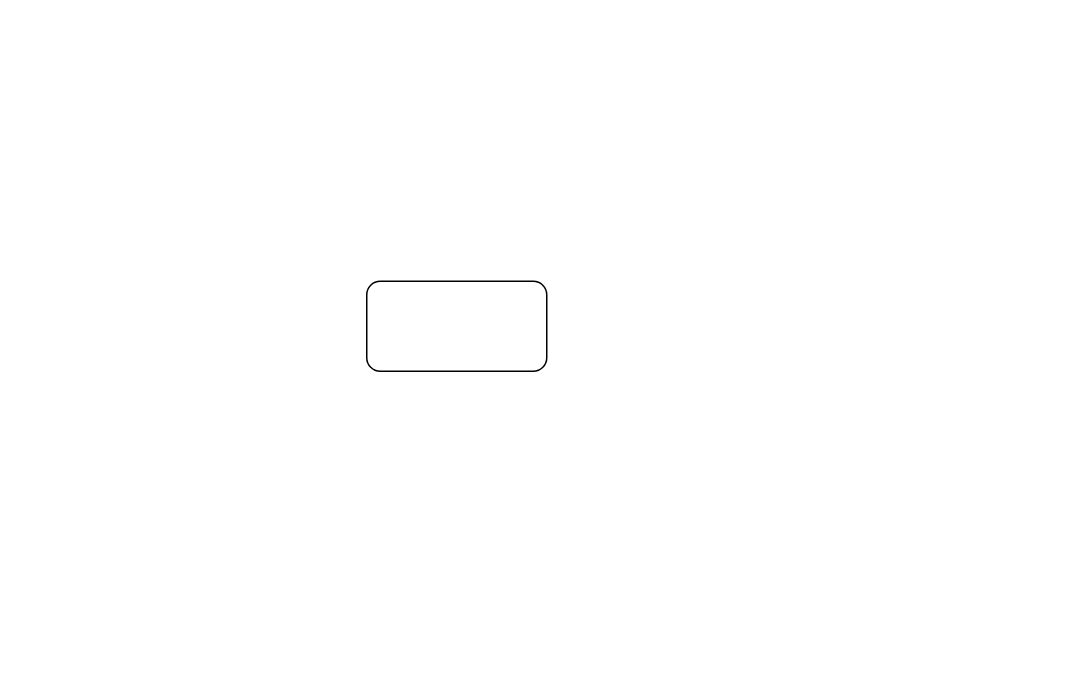
This is veth_mirror.drawio from AirbornWdd/doc, a draw.io file, before an edit. Source tidied: cells renumbered, new cells numbered last; positions are measured from the earlier drawing's top-left corner, leaving out a move shared by most shapes. Both pictures are drawn from the tidied source at 150%, with x=0, y=0 at pixel (366, 280).
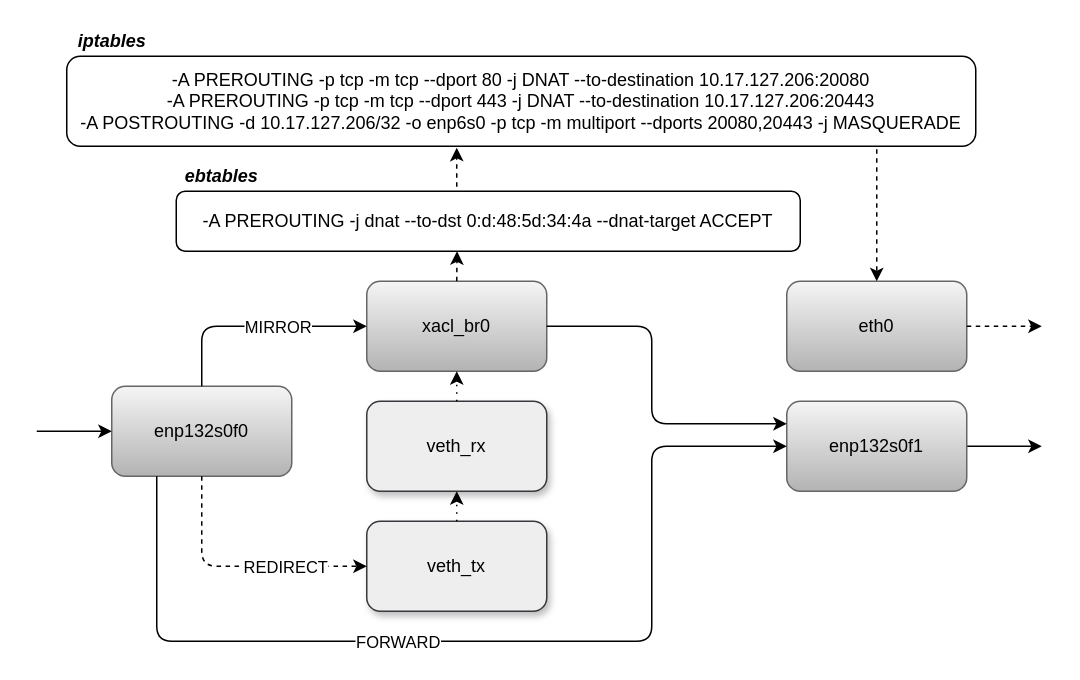
After the change.

The edit, as a diff of the source:
```diff
@@
-    <mxCell id="2" style="rounded=1;whiteSpace=wrap;html=1;" parent="1" vertex="1">
+    <mxCell id="2" value="xacl_br0" style="rounded=1;whiteSpace=wrap;html=1;gradientColor=#b3b3b3;fillColor=#f5f5f5;strokeColor=#666666;" parent="1" vertex="1">
       <mxGeometry width="120" height="60" as="geometry" />
     </mxCell>
+    <mxCell id="3" value="enp132s0f0" style="rounded=1;whiteSpace=wrap;html=1;gradientColor=#b3b3b3;fillColor=#f5f5f5;strokeColor=#666666;" parent="1" vertex="1">
+      <mxGeometry x="-170" y="70" width="120" height="60" as="geometry" />
+    </mxCell>
+    <mxCell id="4" value="veth_tx" style="rounded=1;whiteSpace=wrap;html=1;fillColor=#eeeeee;strokeColor=#36393d;shadow=1;" parent="1" vertex="1">
+      <mxGeometry y="160" width="120" height="60" as="geometry" />
+    </mxCell>
+    <mxCell id="5" value="-A PREROUTING -j dnat --to-dst 0:d:48:5d:34:4a --dnat-target ACCEPT" style="rounded=1;whiteSpace=wrap;html=1;" parent="1" vertex="1">
+      <mxGeometry x="-127" y="-60" width="416" height="40" as="geometry" />
+    </mxCell>
+    <mxCell id="6" style="endArrow=classic;html=1;entryX=0;entryY=0.5;entryDx=0;entryDy=0;exitX=0.5;exitY=1;exitDx=0;exitDy=0;dashed=1;" parent="1" edge="1" source="3" target="4">
+      <mxGeometry relative="1" as="geometry">
+        <Array as="points">
+          <mxPoint x="-110" y="190" />
+        </Array>
+      </mxGeometry>
+    </mxCell>
+    <mxCell id="7" value="REDIRECT" style="edgeLabel;html=1;align=center;verticalAlign=middle;" parent="6" vertex="1">
+      <mxGeometry x="-0.18" y="-2" relative="1" as="geometry">
+        <mxPoint x="45" y="-2" as="offset" />
+      </mxGeometry>
+    </mxCell>
+    <mxCell id="8" style="endArrow=classic;html=1;exitX=1;exitY=0.5;exitDx=0;exitDy=0;" parent="1" edge="1" source="20">
+      <mxGeometry relative="1" as="geometry">
+        <mxPoint x="450" y="110" as="targetPoint" />
+      </mxGeometry>
+    </mxCell>
+    <mxCell id="9" style="endArrow=classic;html=1;exitX=0.5;exitY=0;exitDx=0;exitDy=0;entryX=0;entryY=0.5;entryDx=0;entryDy=0;" parent="1" edge="1" source="3" target="2">
+      <mxGeometry relative="1" as="geometry">
+        <Array as="points">
+          <mxPoint x="-110" y="30" />
+        </Array>
+      </mxGeometry>
+    </mxCell>
+    <mxCell id="10" value="MIRROR" style="edgeLabel;html=1;align=center;verticalAlign=middle;" parent="9" vertex="1">
+      <mxGeometry x="-0.6" y="1" relative="1" as="geometry">
+        <mxPoint x="51" y="-10" as="offset" />
+      </mxGeometry>
+    </mxCell>
+    <mxCell id="11" style="endArrow=classic;html=1;exitX=0.5;exitY=0;exitDx=0;exitDy=0;entryX=0.45;entryY=1;entryDx=0;entryDy=0;entryPerimeter=0;dashed=1;" parent="1" edge="1" source="2" target="5">
+      <mxGeometry relative="1" as="geometry" />
+    </mxCell>
+    <mxCell id="12" value="&lt;div&gt;-A PREROUTING -p tcp -m tcp --dport 80 -j DNAT --to-destination 10.17.127.206:20080&lt;/div&gt;&lt;div&gt;-A PREROUTING -p tcp -m tcp --dport 443 -j DNAT --to-destination 10.17.127.206:20443&lt;/div&gt;&lt;div&gt;-A POSTROUTING -d 10.17.127.206/32 -o enp6s0 -p tcp -m multiport --dports 20080,20443 -j MASQUERADE&lt;/div&gt;" style="rounded=1;whiteSpace=wrap;html=1;" parent="1" vertex="1">
+      <mxGeometry x="-200" y="-150" width="606" height="60" as="geometry" />
+    </mxCell>
+    <mxCell id="13" value="&lt;b&gt;&lt;i&gt;ebtables&lt;/i&gt;&lt;/b&gt;" style="text;html=1;align=center;verticalAlign=middle;" parent="1" vertex="1">
+      <mxGeometry x="-127" y="-80" width="60" height="20" as="geometry" />
+    </mxCell>
+    <mxCell id="14" value="&lt;b&gt;&lt;i&gt;iptables&lt;/i&gt;&lt;/b&gt;" style="text;html=1;align=center;verticalAlign=middle;" parent="1" vertex="1">
+      <mxGeometry x="-200" y="-170" width="60" height="20" as="geometry" />
+    </mxCell>
+    <mxCell id="15" style="endArrow=classic;html=1;entryX=0.429;entryY=1.017;entryDx=0;entryDy=0;entryPerimeter=0;dashed=1;" parent="1" edge="1" target="12">
+      <mxGeometry relative="1" as="geometry">
+        <mxPoint x="60" y="-63" as="sourcePoint" />
+      </mxGeometry>
+    </mxCell>
+    <mxCell id="16" value="eth0" style="rounded=1;whiteSpace=wrap;html=1;gradientColor=#b3b3b3;fillColor=#f5f5f5;strokeColor=#666666;" parent="1" vertex="1">
+      <mxGeometry x="280" width="120" height="60" as="geometry" />
+    </mxCell>
+    <mxCell id="17" style="endArrow=classic;html=1;entryX=0.5;entryY=0;entryDx=0;entryDy=0;dashed=1;" parent="1" edge="1" target="16">
+      <mxGeometry relative="1" as="geometry">
+        <mxPoint x="340" y="-88" as="sourcePoint" />
+      </mxGeometry>
+    </mxCell>
+    <mxCell id="18" style="endArrow=classic;html=1;exitX=1;exitY=0.5;exitDx=0;exitDy=0;dashed=1;" parent="1" edge="1" source="16">
+      <mxGeometry relative="1" as="geometry">
+        <mxPoint x="450" y="30" as="targetPoint" />
+      </mxGeometry>
+    </mxCell>
+    <mxCell id="19" value="veth_rx" style="rounded=1;whiteSpace=wrap;html=1;fillColor=#eeeeee;strokeColor=#36393d;shadow=1;" parent="1" vertex="1">
+      <mxGeometry y="80" width="120" height="60" as="geometry" />
+    </mxCell>
+    <mxCell id="20" value="&lt;span&gt;enp132s0f1&lt;/span&gt;" style="rounded=1;whiteSpace=wrap;html=1;gradientColor=#b3b3b3;fillColor=#f5f5f5;strokeColor=#666666;" parent="1" vertex="1">
+      <mxGeometry x="280" y="80" width="120" height="60" as="geometry" />
+    </mxCell>
+    <mxCell id="21" style="endArrow=classic;html=1;exitX=0.5;exitY=0;exitDx=0;exitDy=0;entryX=0.5;entryY=1;entryDx=0;entryDy=0;dashed=1;dashPattern=1 4;" parent="1" edge="1" source="4" target="19">
+      <mxGeometry relative="1" as="geometry" />
+    </mxCell>
+    <mxCell id="22" style="endArrow=classic;html=1;exitX=0.5;exitY=0;exitDx=0;exitDy=0;entryX=0.5;entryY=1;entryDx=0;entryDy=0;dashed=1;dashPattern=1 4;" parent="1" edge="1" source="19" target="2">
+      <mxGeometry relative="1" as="geometry" />
+    </mxCell>
+    <mxCell id="23" style="endArrow=classic;html=1;entryX=0;entryY=0.5;entryDx=0;entryDy=0;exitX=0.25;exitY=1;exitDx=0;exitDy=0;" parent="1" edge="1" source="3" target="20">
+      <mxGeometry relative="1" as="geometry">
+        <Array as="points">
+          <mxPoint x="-140" y="240" />
+          <mxPoint x="190" y="240" />
+          <mxPoint x="190" y="110" />
+        </Array>
+      </mxGeometry>
+    </mxCell>
+    <mxCell id="24" value="FORWARD" style="edgeLabel;html=1;align=center;verticalAlign=middle;" parent="23" vertex="1">
+      <mxGeometry x="0.3" y="1" relative="1" as="geometry">
+        <mxPoint x="-159" y="1" as="offset" />
+      </mxGeometry>
+    </mxCell>
+    <mxCell id="25" style="endArrow=classic;html=1;entryX=0;entryY=0.5;entryDx=0;entryDy=0;" parent="1" edge="1" target="3">
+      <mxGeometry relative="1" as="geometry">
+        <mxPoint x="-220" y="100" as="sourcePoint" />
+      </mxGeometry>
+    </mxCell>
+    <mxCell id="26" style="endArrow=classic;html=1;exitX=1;exitY=0.5;exitDx=0;exitDy=0;entryX=0;entryY=0.25;entryDx=0;entryDy=0;" parent="1" edge="1" source="2" target="20">
+      <mxGeometry relative="1" as="geometry">
+        <Array as="points">
+          <mxPoint x="190" y="30" />
+          <mxPoint x="190" y="95" />
+        </Array>
+      </mxGeometry>
+    </mxCell>
```
